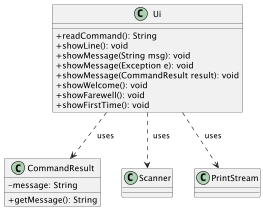
nus-cs2113-AY2425S1/tp keeps this PlantUML diagram as docs/images/uiComponent.png. Above is the earlier version.
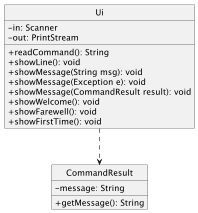
Later version of the same file.

Diff of the diagram source:
```diff
@@ -1,9 +1,11 @@
 @startuml
 skinparam classAttributeIconSize 0
-
-!define CLASS(x) class x
+hide circle
 
 class Ui {
+    - in: Scanner
+    - out: PrintStream
+
     + readCommand(): String
     + showLine(): void
     + showMessage(String msg): void
@@ -20,8 +22,6 @@
   + getMessage(): String
 }
 
-Ui ..> Scanner : "  uses"
-Ui ..> PrintStream : "  uses"
-Ui ..> CommandResult : "  uses"
+Ui ..> CommandResult
 
 @enduml
```
